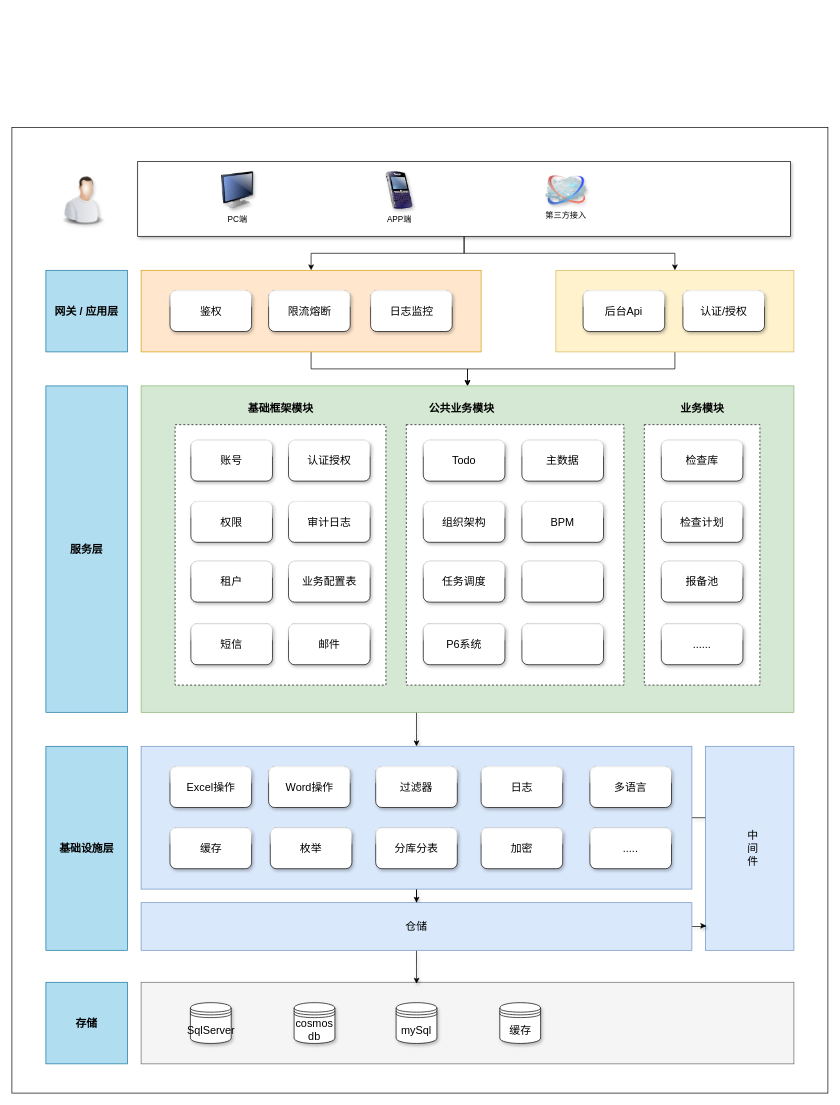
Before: drawio/架构图.drawio in jinyangpeng/UML, a draw.io diagram. Source tidied: cells renumbered, new cells numbered last; positions are measured from the earlier drawing's top-left corner, leaving out a move shared by most shapes. Both pictures are drawn from the tidied source at 68%, with x=0, y=0 at pixel (12, 127).
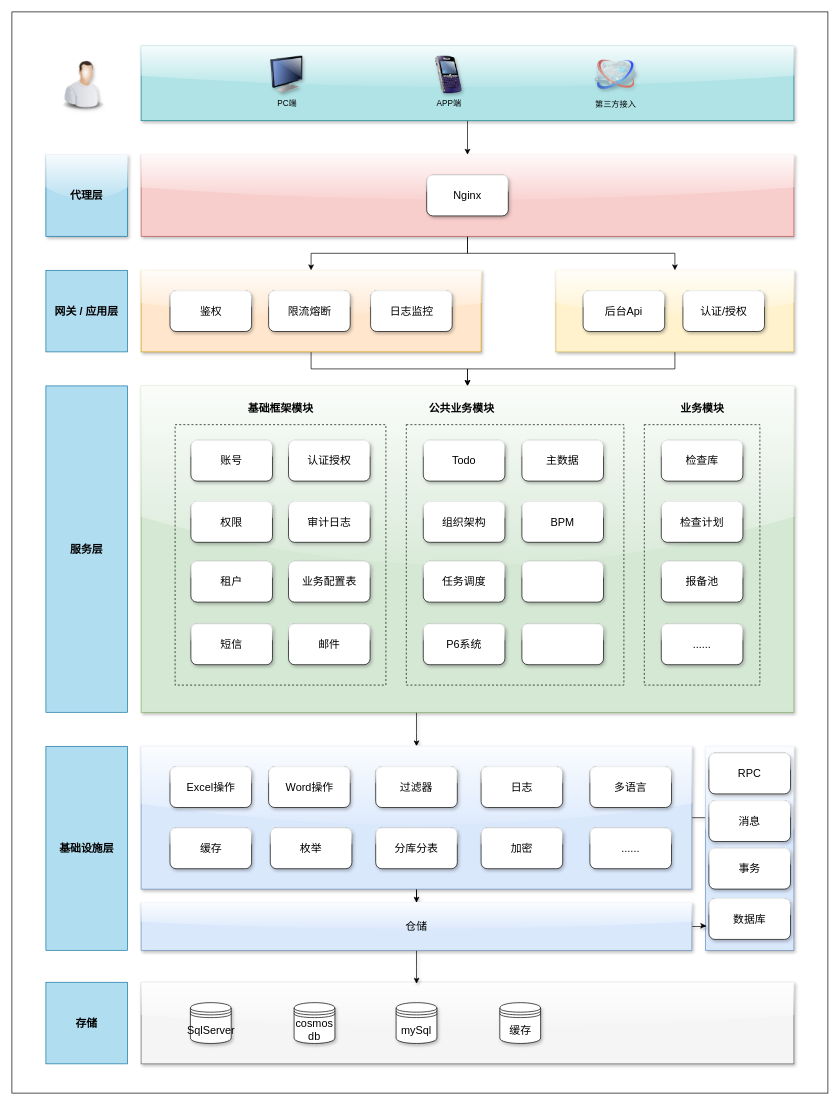
After the change.

Commit message (it also covers changes not shown here):
更新架构图.drawio

The edit, as a diff of the source:
```diff
@@
     <mxCell id="2" style="rounded=0;whiteSpace=wrap;html=1;shadow=0;glass=0;sketch=0;strokeWidth=1;fontSize=16;" parent="1" vertex="1">
-      <mxGeometry width="1200" height="1420" as="geometry" />
+      <mxGeometry y="-170" width="1200" height="1590" as="geometry" />
     </mxCell>
-    <mxCell id="3" style="edgeStyle=orthogonalEdgeStyle;rounded=0;jettySize=auto;html=1;entryX=0.5;entryY=0;entryDx=0;entryDy=0;" parent="1" edge="1" source="5" target="54">
-      <mxGeometry relative="1" as="geometry" />
-    </mxCell>
-    <mxCell id="4" style="edgeStyle=orthogonalEdgeStyle;rounded=0;jettySize=auto;html=1;" parent="1" edge="1" source="5" target="49">
-      <mxGeometry relative="1" as="geometry" />
-    </mxCell>
+    <mxCell id="78" style="edgeStyle=orthogonalEdgeStyle;rounded=0;jettySize=auto;html=1;entryX=0.5;entryY=0;entryDx=0;entryDy=0;" parent="1" edge="1" source="5" target="85">
+      <mxGeometry relative="1" as="geometry" />
+    </mxCell>
-    <mxCell id="5" style="rounded=0;whiteSpace=wrap;html=1;shadow=1;glass=0;sketch=0;strokeWidth=1;fontSize=16;" parent="1" vertex="1">
-      <mxGeometry x="185" y="50" width="960" height="110" as="geometry" />
+    <mxCell id="5" style="rounded=0;whiteSpace=wrap;html=1;shadow=1;glass=1;sketch=0;strokeWidth=1;fontSize=16;fillColor=#b0e3e6;strokeColor=#0e8088;" parent="1" vertex="1">
+      <mxGeometry x="190" y="-120" width="960" height="110" as="geometry" />
     </mxCell>
@@
-    <mxCell id="7" style="rounded=0;whiteSpace=wrap;html=1;fontSize=16;fillColor=#d5e8d4;strokeColor=#82b366;" parent="1" vertex="1">
+    <mxCell id="7" style="rounded=0;whiteSpace=wrap;html=1;fontSize=16;fillColor=#d5e8d4;strokeColor=#82b366;glass=1;shadow=1;" parent="1" vertex="1">
       <mxGeometry x="190" y="380" width="960" height="480" as="geometry" />
     </mxCell>
-    <mxCell id="8" style="rounded=0;whiteSpace=wrap;html=1;dashed=1;fontSize=16;" parent="1" vertex="1">
+    <mxCell id="8" style="rounded=0;whiteSpace=wrap;html=1;dashed=1;fontSize=16;fillColor=none;" parent="1" vertex="1">
       <mxGeometry x="240" y="437" width="310" height="383" as="geometry" />
     </mxCell>
@@
-    <mxCell id="12" style="rounded=0;whiteSpace=wrap;html=1;fontSize=16;fillColor=#dae8fc;strokeColor=#6c8ebf;" parent="1" vertex="1">
+    <mxCell id="12" style="rounded=0;whiteSpace=wrap;html=1;fontSize=16;fillColor=#dae8fc;strokeColor=#6c8ebf;glass=1;shadow=1;" parent="1" vertex="1">
       <mxGeometry x="190" y="910" width="810" height="210" as="geometry" />
     </mxCell>
@@
-    <mxCell id="18" style="rounded=0;whiteSpace=wrap;html=1;dashed=1;fontSize=16;" parent="1" vertex="1">
+    <mxCell id="18" style="rounded=0;whiteSpace=wrap;html=1;dashed=1;fontSize=16;fillColor=none;" parent="1" vertex="1">
       <mxGeometry x="580" y="437" width="320" height="383" as="geometry" />
     </mxCell>
@@
-    <mxCell id="23" style="rounded=0;whiteSpace=wrap;html=1;dashed=1;fontSize=16;" parent="1" vertex="1">
+    <mxCell id="23" style="rounded=0;whiteSpace=wrap;html=1;dashed=1;fontSize=16;fillColor=none;" parent="1" vertex="1">
       <mxGeometry x="930" y="437" width="170" height="383" as="geometry" />
     </mxCell>
@@
-    <mxCell id="43" style="rounded=0;whiteSpace=wrap;html=1;fontSize=16;fillColor=#f5f5f5;strokeColor=#666666;fontColor=#333333;" parent="1" vertex="1">
+    <mxCell id="43" style="rounded=0;whiteSpace=wrap;html=1;fontSize=16;fillColor=#f5f5f5;strokeColor=#666666;fontColor=#333333;glass=1;shadow=1;" parent="1" vertex="1">
       <mxGeometry x="190" y="1257" width="960" height="120" as="geometry" />
     </mxCell>
@@
-    <mxCell id="49" style="rounded=0;whiteSpace=wrap;html=1;fontSize=16;fillColor=#fff2cc;strokeColor=#d6b656;" parent="1" vertex="1">
+    <mxCell id="49" style="rounded=0;whiteSpace=wrap;html=1;fontSize=16;fillColor=#fff2cc;strokeColor=#d6b656;glass=1;shadow=1;" parent="1" vertex="1">
       <mxGeometry x="800" y="210" width="350" height="120" as="geometry" />
     </mxCell>
@@
-    <mxCell id="54" style="rounded=0;whiteSpace=wrap;html=1;fontSize=16;fillColor=#ffe6cc;strokeColor=#d79b00;" parent="1" vertex="1">
+    <mxCell id="54" style="rounded=0;whiteSpace=wrap;html=1;fontSize=16;fillColor=#ffe6cc;strokeColor=#d79b00;glass=1;shadow=1;" parent="1" vertex="1">
       <mxGeometry x="190" y="210" width="500" height="120" as="geometry" />
     </mxCell>
@@
-    <mxCell id="59" style="rounded=0;html=1;fontSize=16;fillColor=#dae8fc;strokeColor=#6c8ebf;horizontal=0;whiteSpace=wrap;labelPosition=center;verticalLabelPosition=middle;align=center;verticalAlign=middle;" parent="1" vertex="1">
+    <mxCell id="59" style="rounded=0;html=1;fontSize=16;fillColor=#dae8fc;strokeColor=#6c8ebf;horizontal=0;whiteSpace=wrap;labelPosition=center;verticalLabelPosition=middle;align=center;verticalAlign=middle;glass=1;shadow=1;" parent="1" vertex="1">
       <mxGeometry x="1020" y="910" width="130" height="300" as="geometry" />
     </mxCell>
-    <mxCell id="60" value="中间件" style="text;html=1;strokeColor=none;fillColor=none;align=center;verticalAlign=middle;whiteSpace=wrap;rounded=0;shadow=1;glass=1;sketch=1;fontSize=16;" parent="1" vertex="1">
-      <mxGeometry x="1075" y="980" width="30" height="160" as="geometry" />
-    </mxCell>
     <mxCell id="61" style="image;html=1;image=img/lib/clip_art/computers/Monitor_128x128.png;shadow=1;glass=0;sketch=0;strokeWidth=1;fontSize=16;" parent="1" vertex="1">
-      <mxGeometry x="305" y="65" width="53.5" height="55" as="geometry" />
+      <mxGeometry x="377.5" y="-105" width="53.5" height="55" as="geometry" />
     </mxCell>
     <mxCell id="62" style="image;html=1;image=img/lib/clip_art/telecommunication/BlackBerry_128x128.png;shadow=1;glass=0;sketch=0;strokeWidth=1;fontSize=16;" parent="1" vertex="1">
-      <mxGeometry x="545" y="65" width="50" height="55" as="geometry" />
+      <mxGeometry x="617.5" y="-105" width="50" height="55" as="geometry" />
     </mxCell>
     <mxCell id="63" style="image;html=1;image=img/lib/clip_art/people/Worker_Man_128x128.png;shadow=1;glass=0;sketch=0;strokeWidth=1;fontSize=16;" parent="1" vertex="1">
-      <mxGeometry x="65" y="65" width="80" height="80" as="geometry" />
+      <mxGeometry x="65" y="-105" width="80" height="80" as="geometry" />
     </mxCell>
     <mxCell id="64" style="image;html=1;image=img/lib/clip_art/networking/Cloud_128x128.png;shadow=1;glass=0;sketch=0;strokeWidth=1;fontSize=16;" parent="1" vertex="1">
-      <mxGeometry x="785" y="65" width="60" height="55" as="geometry" />
+      <mxGeometry x="857.5" y="-105" width="60" height="55" as="geometry" />
     </mxCell>
@@
-    <mxCell id="67" style="rounded=0;whiteSpace=wrap;html=1;fontSize=16;fillColor=#dae8fc;strokeColor=#6c8ebf;" parent="1" vertex="1">
+    <mxCell id="67" style="rounded=0;whiteSpace=wrap;html=1;fontSize=16;fillColor=#dae8fc;strokeColor=#6c8ebf;glass=1;shadow=1;" parent="1" vertex="1">
       <mxGeometry x="190" y="1140" width="810" height="70" as="geometry" />
     </mxCell>
@@
-    <mxCell id="74" value="&lt;font style=&quot;vertical-align: inherit ; font-size: 16px&quot;&gt;&lt;font style=&quot;vertical-align: inherit ; font-size: 16px&quot;&gt;.....&lt;/font&gt;&lt;/font&gt;" style="rounded=1;whiteSpace=wrap;html=1;fontSize=16;shadow=1;glass=1;" parent="1" vertex="1">
-      <mxGeometry x="850" y="1030" width="120" height="60" as="geometry" />
+    <mxCell id="74" value="数据库" style="rounded=1;whiteSpace=wrap;html=1;fontSize=16;shadow=1;glass=1;" parent="1" vertex="1">
+      <mxGeometry x="1025" y="1134" width="120" height="60" as="geometry" />
     </mxCell>
     <mxCell id="75" value="PC端" style="text;html=1;strokeColor=none;fillColor=none;align=center;verticalAlign=middle;whiteSpace=wrap;rounded=0;" parent="1" vertex="1">
-      <mxGeometry x="312" y="125" width="40" height="20" as="geometry" />
+      <mxGeometry x="384.5" y="-45" width="40" height="20" as="geometry" />
     </mxCell>
     <mxCell id="76" value="APP端" style="text;html=1;strokeColor=none;fillColor=none;align=center;verticalAlign=middle;whiteSpace=wrap;rounded=0;" parent="1" vertex="1">
-      <mxGeometry x="550" y="125" width="40" height="20" as="geometry" />
+      <mxGeometry x="622.5" y="-45" width="40" height="20" as="geometry" />
     </mxCell>
     <mxCell id="77" value="第三方接入" style="text;html=1;strokeColor=none;fillColor=none;align=center;verticalAlign=middle;whiteSpace=wrap;rounded=0;" parent="1" vertex="1">
-      <mxGeometry x="780" y="120" width="70" height="20" as="geometry" />
+      <mxGeometry x="852.5" y="-43" width="70" height="18" as="geometry" />
     </mxCell>
+    <mxCell id="79" value="事务" style="rounded=1;whiteSpace=wrap;html=1;fontSize=16;shadow=1;glass=1;" parent="1" vertex="1">
+      <mxGeometry x="1025" y="1060" width="120" height="60" as="geometry" />
+    </mxCell>
+    <mxCell id="80" value="......" style="rounded=1;whiteSpace=wrap;html=1;fontSize=16;shadow=1;glass=1;" parent="1" vertex="1">
+      <mxGeometry x="850" y="1030" width="120" height="60" as="geometry" />
+    </mxCell>
+    <mxCell id="81" value="消息" style="rounded=1;whiteSpace=wrap;html=1;fontSize=16;shadow=1;glass=1;" parent="1" vertex="1">
+      <mxGeometry x="1025" y="990" width="120" height="60" as="geometry" />
+    </mxCell>
+    <mxCell id="82" value="RPC" style="rounded=1;whiteSpace=wrap;html=1;fontSize=16;shadow=1;glass=1;" parent="1" vertex="1">
+      <mxGeometry x="1025" y="920" width="120" height="60" as="geometry" />
+    </mxCell>
+    <mxCell id="83" style="edgeStyle=orthogonalEdgeStyle;rounded=0;jettySize=auto;html=1;" parent="1" edge="1" source="85" target="54">
+      <mxGeometry relative="1" as="geometry" />
+    </mxCell>
+    <mxCell id="84" style="edgeStyle=orthogonalEdgeStyle;rounded=0;jettySize=auto;html=1;entryX=0.5;entryY=0;entryDx=0;entryDy=0;" parent="1" edge="1" source="85" target="49">
+      <mxGeometry relative="1" as="geometry" />
+    </mxCell>
+    <mxCell id="85" style="rounded=0;whiteSpace=wrap;html=1;fontSize=16;glass=1;shadow=1;fillColor=#f8cecc;strokeColor=#b85450;" parent="1" vertex="1">
+      <mxGeometry x="190" y="40" width="960" height="120" as="geometry" />
+    </mxCell>
+    <mxCell id="86" value="&lt;font style=&quot;vertical-align: inherit ; font-size: 16px&quot;&gt;&lt;font style=&quot;vertical-align: inherit ; font-size: 16px&quot;&gt;代理层&lt;/font&gt;&lt;/font&gt;" style="rounded=0;whiteSpace=wrap;html=1;fontSize=16;glass=1;shadow=1;fillColor=#b1ddf0;strokeColor=#10739e;fontStyle=1;" parent="1" vertex="1">
+      <mxGeometry x="50" y="40" width="120" height="120" as="geometry" />
+    </mxCell>
+    <mxCell id="87" value="&lt;font style=&quot;vertical-align: inherit ; font-size: 16px&quot;&gt;&lt;font style=&quot;vertical-align: inherit ; font-size: 16px&quot;&gt;Nginx&lt;/font&gt;&lt;/font&gt;" style="rounded=1;whiteSpace=wrap;html=1;fontSize=16;shadow=1;glass=1;" parent="1" vertex="1">
+      <mxGeometry x="610" y="70" width="120" height="60" as="geometry" />
+    </mxCell>
```
